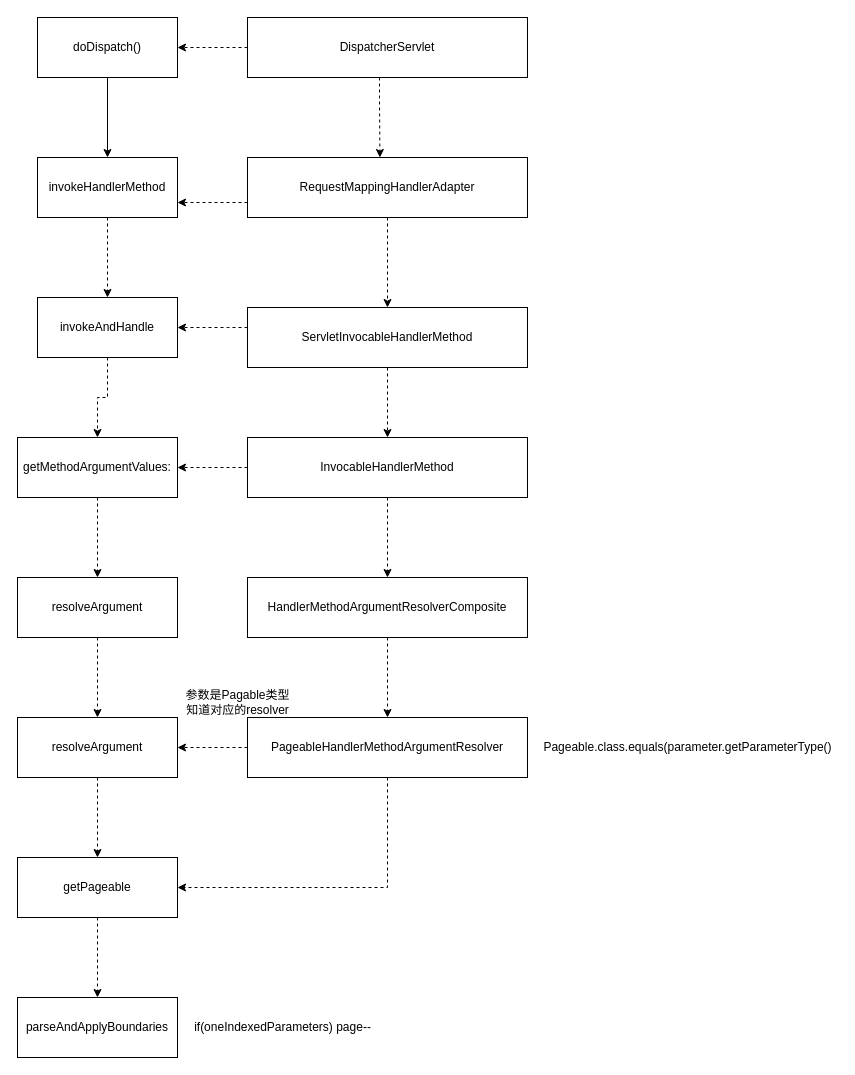
Earlier version of the draw.io diagram spring mvc.drawio (wang86924324/workstation). Source tidied: cells renumbered, new cells numbered last; positions are measured from the earlier drawing's top-left corner, leaving out a move shared by most shapes. Both pictures are drawn from the tidied source at 100%, with x=0, y=0 at pixel (17, 17).
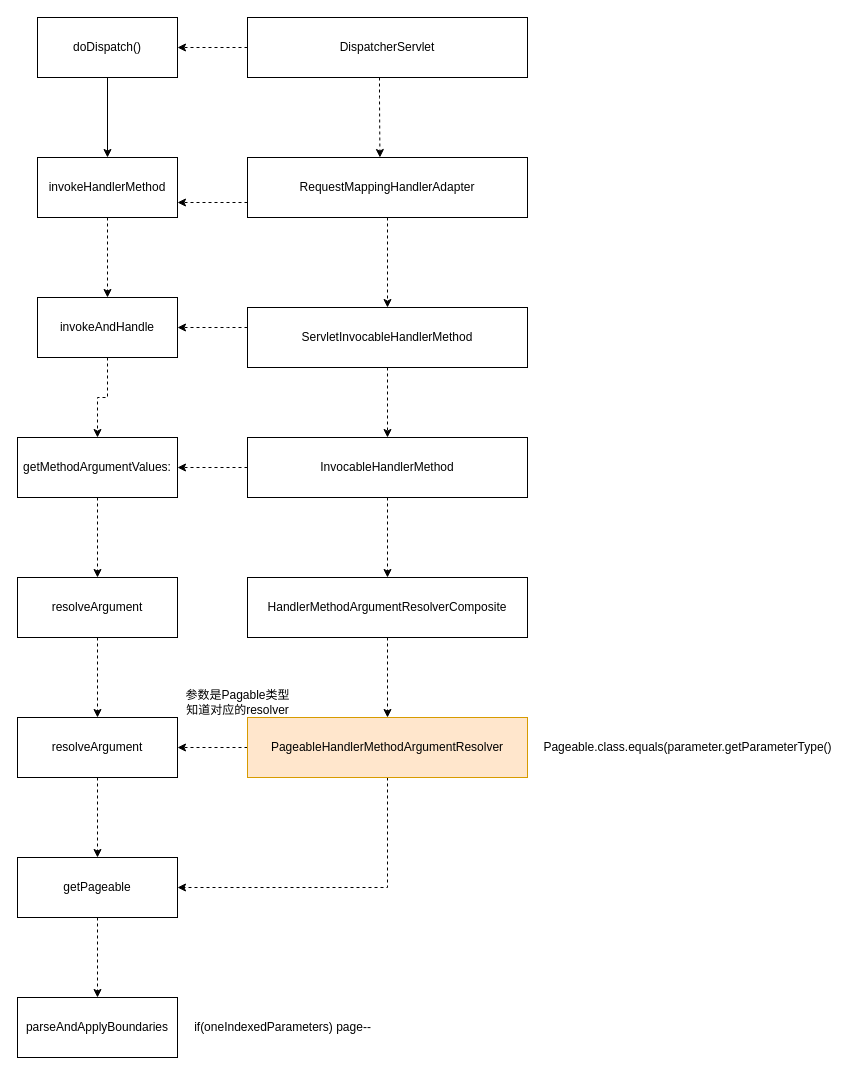
The same diagram, later.

Diff of the diagram source:
```diff
@@
-    <mxCell id="30" value="PageableHandlerMethodArgumentResolver" style="rounded=0;whiteSpace=wrap;html=1;" parent="1" vertex="1">
+    <mxCell id="30" value="PageableHandlerMethodArgumentResolver" style="rounded=0;whiteSpace=wrap;html=1;fillColor=#ffe6cc;strokeColor=#d79b00;" parent="1" vertex="1">
       <mxGeometry x="230" y="700" width="280" height="60" as="geometry" />
     </mxCell>
```
